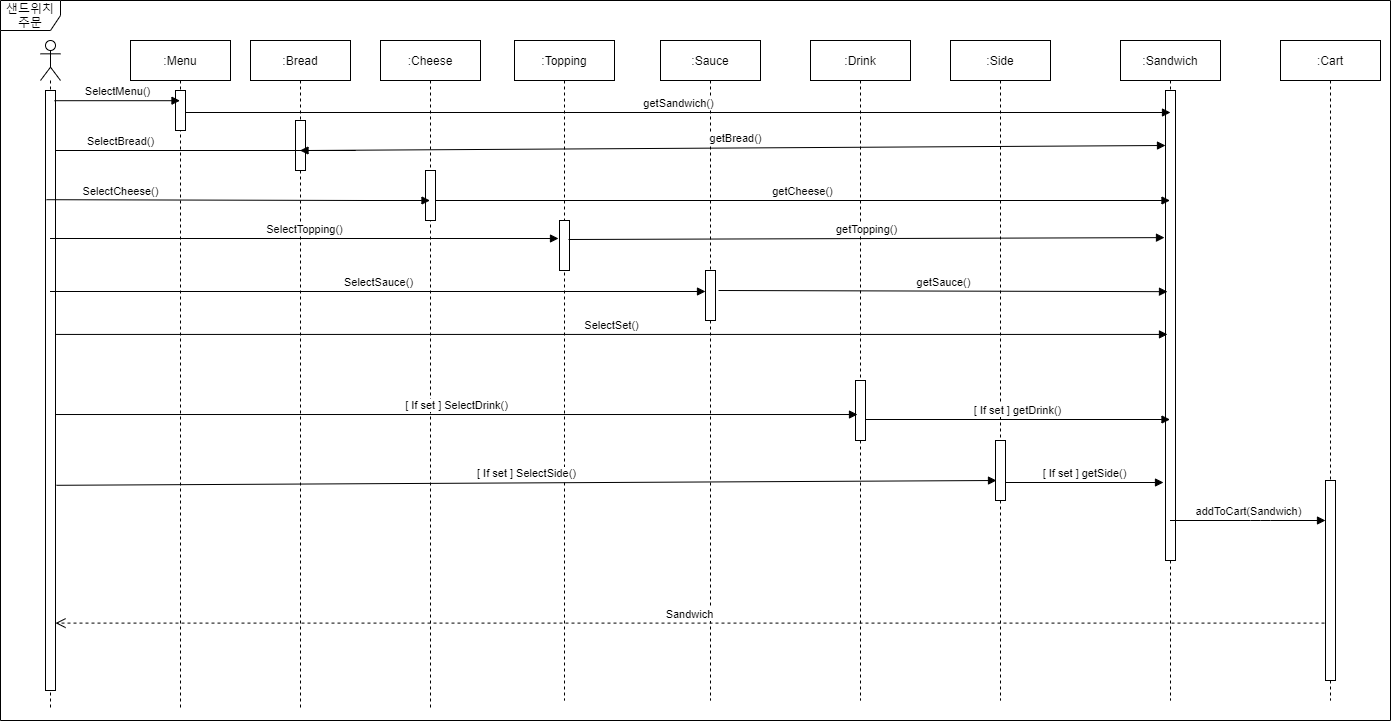
The draw.io diagram 상세명세서/Behavioral Model/sequence diagram/select sandwich.png in distroytest/KNUSD-20202-Team05, before a commit. Source tidied: cells renumbered, new cells last; positions are measured from the earlier drawing's top-left corner, leaving out a move shared by most shapes. Its diagram source:
```xml
<mxGraphModel>
  <root>
    <mxCell id="0" />
    <mxCell id="1" parent="0" />
    <mxCell id="2" style="shape=umlLifeline;participant=umlActor;perimeter=lifelinePerimeter;whiteSpace=wrap;html=1;verticalAlign=top;spacingTop=36;outlineConnect=0;" parent="1" vertex="1">
      <mxGeometry x="40" y="40" width="20" height="670" as="geometry" />
    </mxCell>
    <mxCell id="3" style="html=1;points=[];perimeter=orthogonalPerimeter;" parent="2" vertex="1">
      <mxGeometry x="5" y="50" width="10" height="600" as="geometry" />
    </mxCell>
    <mxCell id="4" value=":Bread" style="shape=umlLifeline;perimeter=lifelinePerimeter;whiteSpace=wrap;html=1;outlineConnect=0;" parent="1" vertex="1">
      <mxGeometry x="250" y="40" width="100" height="670" as="geometry" />
    </mxCell>
    <mxCell id="5" value=":Cheese" style="shape=umlLifeline;perimeter=lifelinePerimeter;whiteSpace=wrap;html=1;outlineConnect=0;" parent="1" vertex="1">
      <mxGeometry x="380" y="40" width="100" height="670" as="geometry" />
    </mxCell>
    <mxCell id="6" style="html=1;points=[];perimeter=orthogonalPerimeter;" parent="5" vertex="1">
      <mxGeometry x="45" y="130" width="10" height="50" as="geometry" />
    </mxCell>
    <mxCell id="7" value=":Topping" style="shape=umlLifeline;perimeter=lifelinePerimeter;whiteSpace=wrap;html=1;" parent="1" vertex="1">
      <mxGeometry x="514" y="40" width="100" height="660" as="geometry" />
    </mxCell>
    <mxCell id="8" style="html=1;points=[];perimeter=orthogonalPerimeter;" parent="7" vertex="1">
      <mxGeometry x="45" y="180" width="10" height="50" as="geometry" />
    </mxCell>
    <mxCell id="9" value=":Sauce" style="shape=umlLifeline;perimeter=lifelinePerimeter;whiteSpace=wrap;html=1;" parent="1" vertex="1">
      <mxGeometry x="660" y="40" width="100" height="660" as="geometry" />
    </mxCell>
    <mxCell id="10" style="html=1;points=[];perimeter=orthogonalPerimeter;" parent="9" vertex="1">
      <mxGeometry x="45" y="230" width="10" height="50" as="geometry" />
    </mxCell>
    <mxCell id="11" value=":Drink" style="shape=umlLifeline;perimeter=lifelinePerimeter;whiteSpace=wrap;html=1;" parent="1" vertex="1">
      <mxGeometry x="810" y="40" width="100" height="660" as="geometry" />
    </mxCell>
    <mxCell id="12" style="html=1;points=[];perimeter=orthogonalPerimeter;" parent="11" vertex="1">
      <mxGeometry x="45" y="340" width="10" height="60" as="geometry" />
    </mxCell>
    <mxCell id="13" value=":Side" style="shape=umlLifeline;perimeter=lifelinePerimeter;whiteSpace=wrap;html=1;" parent="1" vertex="1">
      <mxGeometry x="950" y="40" width="100" height="660" as="geometry" />
    </mxCell>
    <mxCell id="14" style="html=1;points=[];perimeter=orthogonalPerimeter;" parent="13" vertex="1">
      <mxGeometry x="45" y="400" width="10" height="60" as="geometry" />
    </mxCell>
    <mxCell id="15" value=":Cart" style="shape=umlLifeline;perimeter=lifelinePerimeter;whiteSpace=wrap;html=1;" parent="1" vertex="1">
      <mxGeometry x="1280" y="40" width="100" height="660" as="geometry" />
    </mxCell>
    <mxCell id="16" style="html=1;points=[];perimeter=orthogonalPerimeter;" parent="15" vertex="1">
      <mxGeometry x="45" y="440" width="10" height="200" as="geometry" />
    </mxCell>
    <mxCell id="17" style="html=1;points=[];perimeter=orthogonalPerimeter;" parent="1" vertex="1">
      <mxGeometry x="295" y="120" width="10" height="50" as="geometry" />
    </mxCell>
    <mxCell id="18" value=":Menu" style="shape=umlLifeline;perimeter=lifelinePerimeter;whiteSpace=wrap;html=1;outlineConnect=0;" parent="1" vertex="1">
      <mxGeometry x="130" y="40" width="100" height="670" as="geometry" />
    </mxCell>
    <mxCell id="19" style="html=1;points=[];perimeter=orthogonalPerimeter;" parent="1" vertex="1">
      <mxGeometry x="175" y="90" width="10" height="40" as="geometry" />
    </mxCell>
    <mxCell id="20" value=":Sandwich" style="shape=umlLifeline;perimeter=lifelinePerimeter;whiteSpace=wrap;html=1;outlineConnect=0;" parent="1" vertex="1">
      <mxGeometry x="1120" y="40" width="100" height="660" as="geometry" />
    </mxCell>
    <mxCell id="21" style="html=1;points=[];perimeter=orthogonalPerimeter;" parent="20" vertex="1">
      <mxGeometry x="45" y="50" width="10" height="470" as="geometry" />
    </mxCell>
    <mxCell id="22" value="getSandwich()" style="html=1;verticalAlign=bottom;endArrow=block;exitX=1;exitY=0.55;exitDx=0;exitDy=0;exitPerimeter=0;" parent="1" edge="1" source="19">
      <mxGeometry relative="1" as="geometry">
        <mxPoint x="1170" y="112" as="targetPoint" />
      </mxGeometry>
    </mxCell>
    <mxCell id="23" value="SelectBread()" style="html=1;verticalAlign=bottom;endArrow=block;" parent="1" edge="1" source="3" target="4">
      <mxGeometry x="-0.64" relative="1" as="geometry">
        <Array as="points">
          <mxPoint x="360" y="150" />
        </Array>
      </mxGeometry>
    </mxCell>
    <mxCell id="24" value="getBread()" style="html=1;verticalAlign=bottom;endArrow=block;exitX=1;exitY=0.6;exitDx=0;exitDy=0;exitPerimeter=0;entryX=0;entryY=0.117;entryDx=0;entryDy=0;entryPerimeter=0;" parent="1" edge="1" source="17" target="21">
      <mxGeometry relative="1" as="geometry" />
    </mxCell>
    <mxCell id="25" value="SelectCheese()" style="html=1;verticalAlign=bottom;endArrow=block;exitX=0.1;exitY=0.182;exitDx=0;exitDy=0;exitPerimeter=0;" parent="1" edge="1" source="3" target="5">
      <mxGeometry x="-0.61" y="-1" relative="1" as="geometry">
        <Array as="points">
          <mxPoint x="365.5" y="200" />
        </Array>
      </mxGeometry>
    </mxCell>
    <mxCell id="26" value="getCheese()" style="html=1;verticalAlign=bottom;endArrow=block;exitX=1;exitY=0.6;exitDx=0;exitDy=0;exitPerimeter=0;" parent="1" edge="1" source="6" target="20">
      <mxGeometry relative="1" as="geometry">
        <Array as="points">
          <mxPoint x="1015.5" y="200" />
        </Array>
      </mxGeometry>
    </mxCell>
    <mxCell id="27" value="SelectMenu()" style="html=1;verticalAlign=bottom;endArrow=block;exitX=0.9;exitY=0.017;exitDx=0;exitDy=0;exitPerimeter=0;" parent="1" edge="1" source="3" target="18">
      <mxGeometry relative="1" as="geometry" />
    </mxCell>
    <mxCell id="28" value="SelectTopping()" style="html=1;verticalAlign=bottom;endArrow=block;entryX=-0.1;entryY=0.36;entryDx=0;entryDy=0;entryPerimeter=0;" parent="1" edge="1" source="2" target="8">
      <mxGeometry relative="1" as="geometry" />
    </mxCell>
    <mxCell id="29" value="getTopping()" style="html=1;verticalAlign=bottom;endArrow=block;exitX=0.9;exitY=0.38;exitDx=0;exitDy=0;exitPerimeter=0;entryX=-0.1;entryY=0.313;entryDx=0;entryDy=0;entryPerimeter=0;" parent="1" edge="1" source="8" target="21">
      <mxGeometry relative="1" as="geometry" />
    </mxCell>
    <mxCell id="30" value="SelectSauce()" style="html=1;verticalAlign=bottom;endArrow=block;entryX=0;entryY=0.42;entryDx=0;entryDy=0;entryPerimeter=0;" parent="1" edge="1" source="2" target="10">
      <mxGeometry relative="1" as="geometry" />
    </mxCell>
    <mxCell id="31" value="getSauce()" style="html=1;verticalAlign=bottom;endArrow=block;exitX=1.3;exitY=0.4;exitDx=0;exitDy=0;exitPerimeter=0;entryX=0.2;entryY=0.428;entryDx=0;entryDy=0;entryPerimeter=0;" parent="1" edge="1" source="10" target="21">
      <mxGeometry relative="1" as="geometry" />
    </mxCell>
    <mxCell id="32" value="SelectSet()" style="html=1;verticalAlign=bottom;endArrow=block;entryX=0.2;entryY=0.519;entryDx=0;entryDy=0;entryPerimeter=0;" parent="1" edge="1" source="3" target="21">
      <mxGeometry relative="1" as="geometry" />
    </mxCell>
    <mxCell id="33" value="[ If set ] SelectDrink()" style="html=1;verticalAlign=bottom;endArrow=block;entryX=0.2;entryY=0.567;entryDx=0;entryDy=0;entryPerimeter=0;" parent="1" edge="1" source="3" target="12">
      <mxGeometry relative="1" as="geometry" />
    </mxCell>
    <mxCell id="34" value="[ If set ] getDrink()" style="html=1;verticalAlign=bottom;endArrow=block;exitX=1;exitY=0.65;exitDx=0;exitDy=0;exitPerimeter=0;" parent="1" edge="1" source="12" target="20">
      <mxGeometry relative="1" as="geometry" />
    </mxCell>
    <mxCell id="35" value="[ If set ] SelectSide()" style="html=1;verticalAlign=bottom;endArrow=block;exitX=1.1;exitY=0.658;exitDx=0;exitDy=0;exitPerimeter=0;" parent="1" edge="1" source="3">
      <mxGeometry relative="1" as="geometry">
        <mxPoint x="996" y="480" as="targetPoint" />
      </mxGeometry>
    </mxCell>
    <mxCell id="36" value="[ If set ] getSide()" style="html=1;verticalAlign=bottom;endArrow=block;exitX=1;exitY=0.7;exitDx=0;exitDy=0;exitPerimeter=0;" parent="1" edge="1" source="14">
      <mxGeometry relative="1" as="geometry">
        <mxPoint x="1163" y="482" as="targetPoint" />
      </mxGeometry>
    </mxCell>
    <mxCell id="37" value="addToCart(Sandwich)" style="html=1;verticalAlign=bottom;endArrow=block;" parent="1" edge="1" source="20" target="16">
      <mxGeometry relative="1" as="geometry">
        <Array as="points">
          <mxPoint x="1260" y="520" />
        </Array>
      </mxGeometry>
    </mxCell>
    <mxCell id="38" value="Sandwich" style="html=1;verticalAlign=bottom;endArrow=open;dashed=1;endSize=8;exitX=-0.1;exitY=0.713;exitDx=0;exitDy=0;exitPerimeter=0;" parent="1" edge="1" source="16" target="3">
      <mxGeometry relative="1" as="geometry" />
    </mxCell>
    <mxCell id="39" value="샌드위치 주문" style="shape=umlFrame;whiteSpace=wrap;html=1;" parent="1" vertex="1">
      <mxGeometry width="1390" height="720" as="geometry" />
    </mxCell>
  </root>
</mxGraphModel>
```
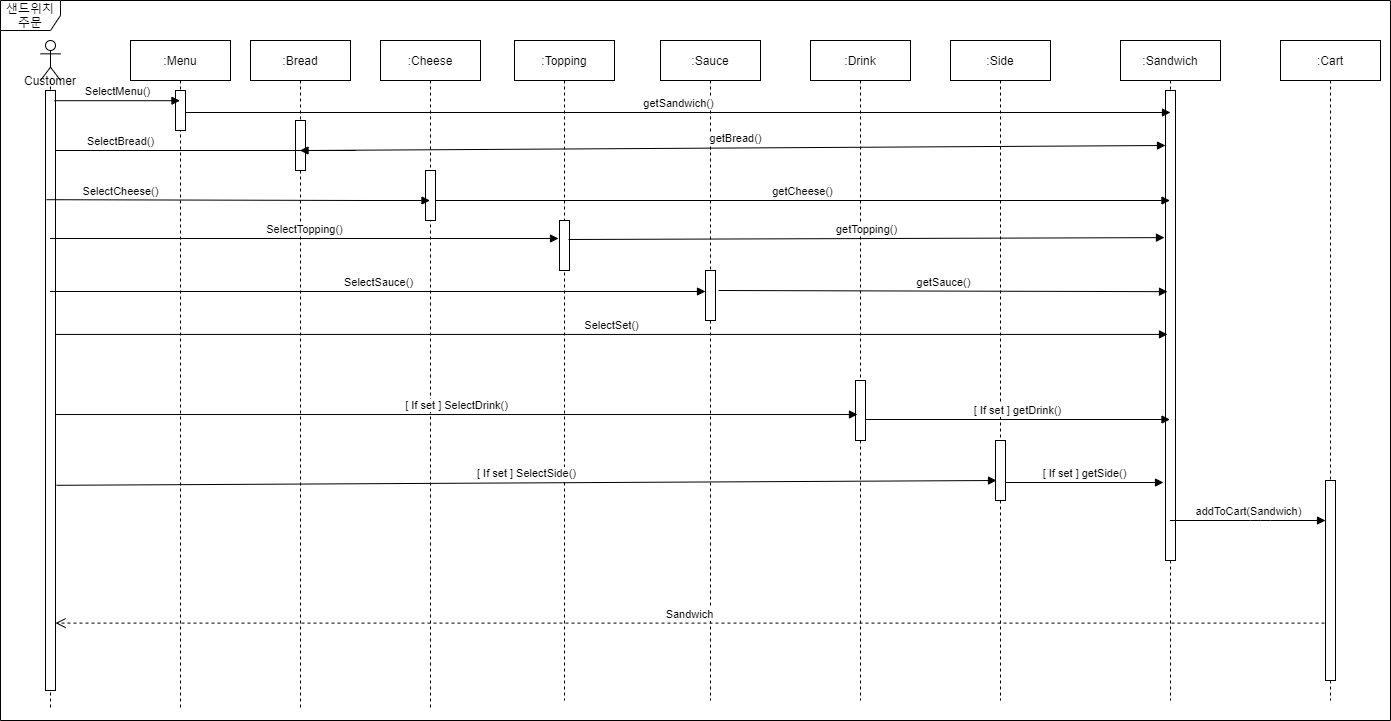
The same diagram one commit later.

Diff of the diagram source:
```diff
@@ -138,5 +138,8 @@
     <mxCell id="39" value="샌드위치 주문" style="shape=umlFrame;whiteSpace=wrap;html=1;" parent="1" vertex="1">
       <mxGeometry width="1390" height="720" as="geometry" />
     </mxCell>
+    <mxCell id="40" value="Customer" style="text;html=1;strokeColor=none;fillColor=none;align=center;verticalAlign=middle;whiteSpace=wrap;rounded=0;" parent="1" vertex="1">
+      <mxGeometry x="30" y="70" width="40" height="20" as="geometry" />
+    </mxCell>
   </root>
 </mxGraphModel>
```
